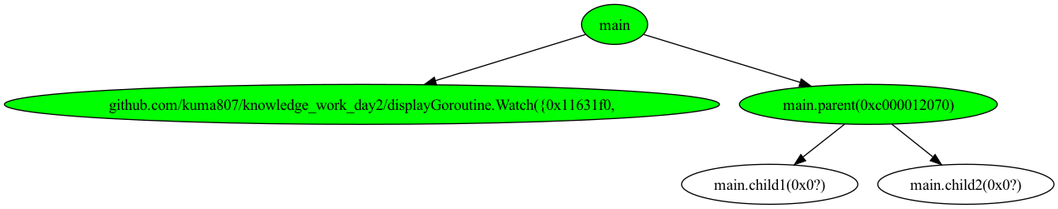
Above: main_testGoroutine/tree_2.png in kuma807/knowledge_work_day2 (Graphviz), before the change. Its source is kept beside it as main_testGoroutine/tree_2.dot. The source it was exported from:
```dot
digraph G {
	"main"->"github.com/kuma807/knowledge_work_day2/displayGoroutine.Watch({0x11631f0,";
	"main"->"main.parent(0xc000012070)";
	"main.parent(0xc000012070)"->"main.child1(0x0?)";
	"main.parent(0xc000012070)"->"main.child2(0x0?)";
	"github.com/kuma807/knowledge_work_day2/displayGoroutine.Watch({0x11631f0," [ fillcolor="#00FF00", style="solid,filled" ];
	"main" [ fillcolor="#00FF00", style="solid,filled" ];
	"main.child1(0x0?)";
	"main.child2(0x0?)";
	"main.parent(0xc000012070)" [ fillcolor="#00FF00", style="solid,filled" ];

}
```
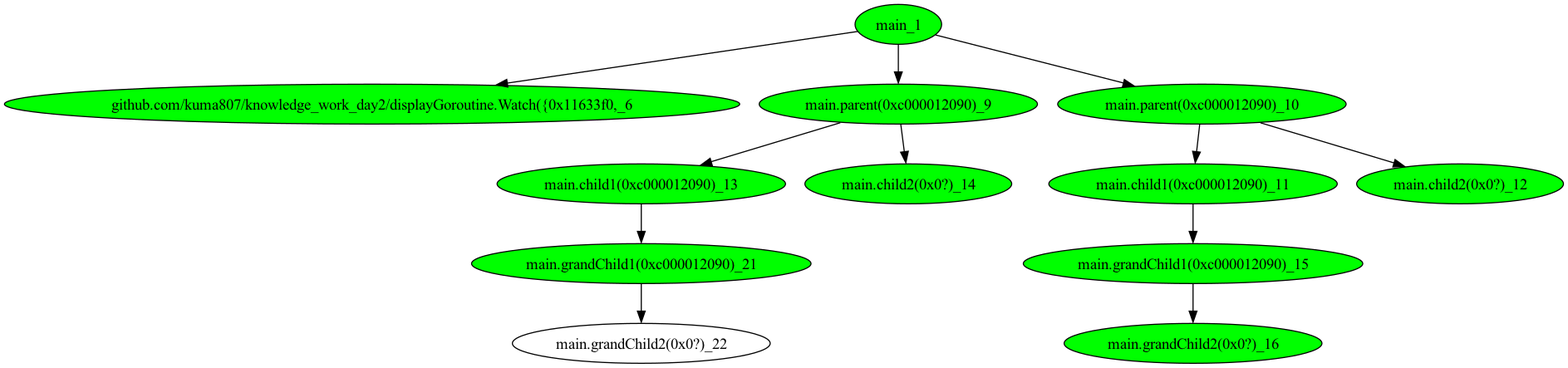
The same file after the commit.

Change to the diagram source:
```diff
@@ -1,12 +1,26 @@
 digraph G {
-	"main"->"github.com/kuma807/knowledge_work_day2/displayGoroutine.Watch({0x11631f0,";
-	"main"->"main.parent(0xc000012070)";
-	"main.parent(0xc000012070)"->"main.child1(0x0?)";
-	"main.parent(0xc000012070)"->"main.child2(0x0?)";
-	"github.com/kuma807/knowledge_work_day2/displayGoroutine.Watch({0x11631f0," [ fillcolor="#00FF00", style="solid,filled" ];
-	"main" [ fillcolor="#00FF00", style="solid,filled" ];
-	"main.child1(0x0?)";
-	"main.child2(0x0?)";
-	"main.parent(0xc000012070)" [ fillcolor="#00FF00", style="solid,filled" ];
+	"main_1"->"github.com/kuma807/knowledge_work_day2/displayGoroutine.Watch({0x11633f0,_6";
+	"main_1"->"main.parent(0xc000012090)_9";
+	"main_1"->"main.parent(0xc000012090)_10";
+	"main.parent(0xc000012090)_10"->"main.child1(0xc000012090)_11";
+	"main.parent(0xc000012090)_10"->"main.child2(0x0?)_12";
+	"main.parent(0xc000012090)_9"->"main.child1(0xc000012090)_13";
+	"main.parent(0xc000012090)_9"->"main.child2(0x0?)_14";
+	"main.child1(0xc000012090)_11"->"main.grandChild1(0xc000012090)_15";
+	"main.grandChild1(0xc000012090)_15"->"main.grandChild2(0x0?)_16";
+	"main.child1(0xc000012090)_13"->"main.grandChild1(0xc000012090)_21";
+	"main.grandChild1(0xc000012090)_21"->"main.grandChild2(0x0?)_22";
+	"github.com/kuma807/knowledge_work_day2/displayGoroutine.Watch({0x11633f0,_6" [ fillcolor="#00FF00", style="solid,filled" ];
+	"main.child1(0xc000012090)_11" [ fillcolor="#00FF00", style="solid,filled" ];
+	"main.child1(0xc000012090)_13" [ fillcolor="#00FF00", style="solid,filled" ];
+	"main.child2(0x0?)_12" [ fillcolor="#00FF00", style="solid,filled" ];
+	"main.child2(0x0?)_14" [ fillcolor="#00FF00", style="solid,filled" ];
+	"main.grandChild1(0xc000012090)_15" [ fillcolor="#00FF00", style="solid,filled" ];
+	"main.grandChild1(0xc000012090)_21" [ fillcolor="#00FF00", style="solid,filled" ];
+	"main.grandChild2(0x0?)_16" [ fillcolor="#00FF00", style="solid,filled" ];
+	"main.grandChild2(0x0?)_22";
+	"main.parent(0xc000012090)_10" [ fillcolor="#00FF00", style="solid,filled" ];
+	"main.parent(0xc000012090)_9" [ fillcolor="#00FF00", style="solid,filled" ];
+	"main_1" [ fillcolor="#00FF00", style="solid,filled" ];
 
 }
```
